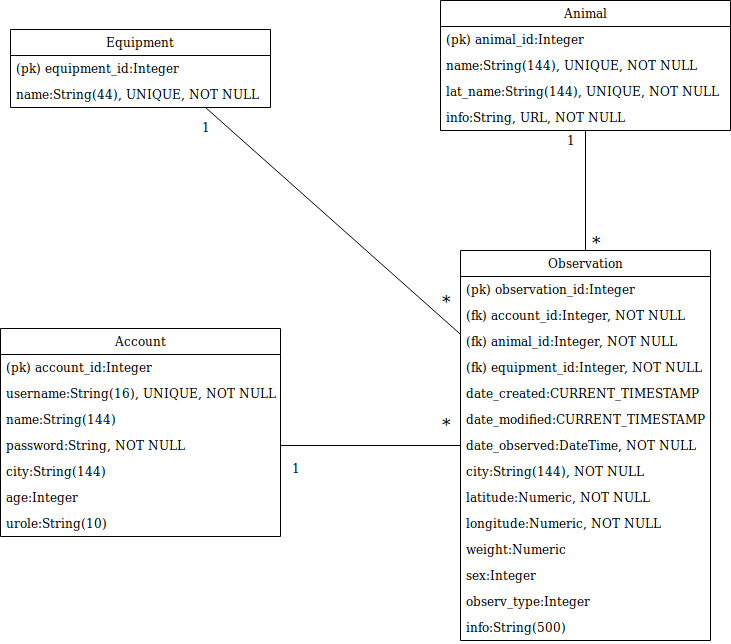
LauriTahvanainen/GameTracker keeps this draw.io diagram as documentation/pictures/tietokantarakenne.png. Above is the earlier version. Source tidied: cells renumbered, new cells last; positions are measured from the earlier drawing's top-left corner, leaving out a move shared by most shapes.
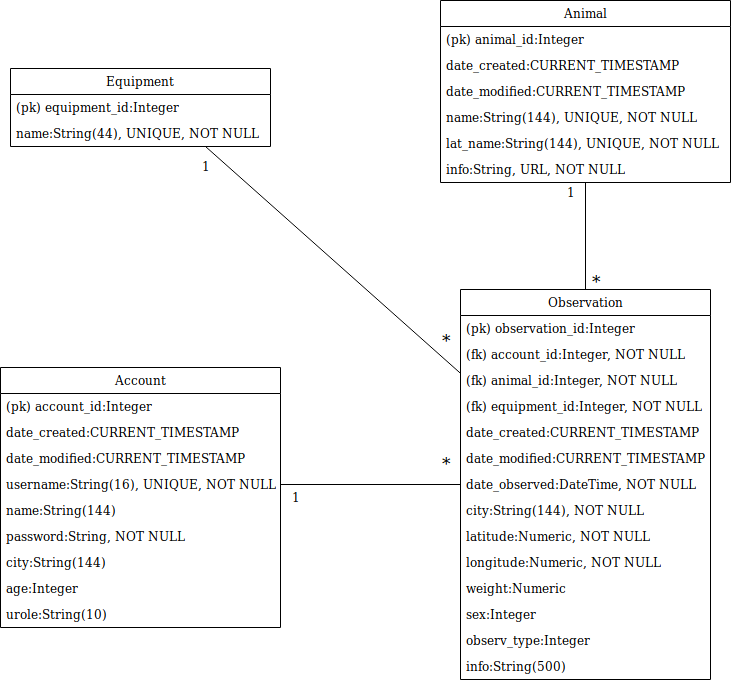
After the commit.

Change to the diagram source:
```diff
@@ -18,43 +18,55 @@
       <mxGeometry relative="1" as="geometry" />
     </mxCell>
     <mxCell id="7" value="Animal" style="swimlane;fontStyle=0;horizontal=1;startSize=26;fillColor=none;" parent="1" vertex="1">
-      <mxGeometry x="440" width="290" height="130" as="geometry" />
+      <mxGeometry x="440" y="-39" width="290" height="182" as="geometry" />
     </mxCell>
     <mxCell id="8" value="(pk) animal_id:Integer" style="text;strokeColor=none;fillColor=none;align=left;verticalAlign=top;spacingLeft=4;spacingRight=4;overflow=hidden;" parent="7" vertex="1">
       <mxGeometry y="26" width="290" height="26" as="geometry" />
     </mxCell>
+    <mxCell id="42" value="date_created:CURRENT_TIMESTAMP" style="text;strokeColor=none;fillColor=none;align=left;verticalAlign=top;spacingLeft=4;spacingRight=4;overflow=hidden;" parent="7" vertex="1">
+      <mxGeometry y="52" width="290" height="26" as="geometry" />
+    </mxCell>
+    <mxCell id="43" value="date_modified:CURRENT_TIMESTAMP" style="text;strokeColor=none;fillColor=none;align=left;verticalAlign=top;spacingLeft=4;spacingRight=4;overflow=hidden;" parent="7" vertex="1">
+      <mxGeometry y="78" width="290" height="26" as="geometry" />
+    </mxCell>
     <mxCell id="9" value="name:String(144), UNIQUE, NOT NULL" style="text;strokeColor=none;fillColor=none;align=left;verticalAlign=top;spacingLeft=4;spacingRight=4;overflow=hidden;" parent="7" vertex="1">
-      <mxGeometry y="52" width="290" height="26" as="geometry" />
+      <mxGeometry y="104" width="290" height="26" as="geometry" />
     </mxCell>
     <mxCell id="10" value="lat_name:String(144), UNIQUE, NOT NULL" style="text;strokeColor=none;fillColor=none;align=left;verticalAlign=top;spacingLeft=4;spacingRight=4;overflow=hidden;" parent="7" vertex="1">
-      <mxGeometry y="78" width="290" height="26" as="geometry" />
+      <mxGeometry y="130" width="290" height="26" as="geometry" />
     </mxCell>
     <mxCell id="11" value="info:String, URL, NOT NULL" style="text;strokeColor=none;fillColor=none;align=left;verticalAlign=top;spacingLeft=4;spacingRight=4;overflow=hidden;" parent="7" vertex="1">
-      <mxGeometry y="104" width="290" height="26" as="geometry" />
+      <mxGeometry y="156" width="290" height="26" as="geometry" />
     </mxCell>
     <mxCell id="12" value="Account" style="swimlane;fontStyle=0;horizontal=1;startSize=26;fillColor=none;" parent="1" vertex="1">
-      <mxGeometry y="328" width="280" height="208" as="geometry" />
+      <mxGeometry y="328" width="280" height="260" as="geometry" />
     </mxCell>
     <mxCell id="13" value="(pk) account_id:Integer" style="text;strokeColor=none;fillColor=none;align=left;verticalAlign=top;spacingLeft=4;spacingRight=4;overflow=hidden;" parent="12" vertex="1">
       <mxGeometry y="26" width="280" height="26" as="geometry" />
     </mxCell>
+    <mxCell id="44" value="date_created:CURRENT_TIMESTAMP" style="text;strokeColor=none;fillColor=none;align=left;verticalAlign=top;spacingLeft=4;spacingRight=4;overflow=hidden;" parent="12" vertex="1">
+      <mxGeometry y="52" width="280" height="26" as="geometry" />
+    </mxCell>
+    <mxCell id="45" value="date_modified:CURRENT_TIMESTAMP" style="text;strokeColor=none;fillColor=none;align=left;verticalAlign=top;spacingLeft=4;spacingRight=4;overflow=hidden;" parent="12" vertex="1">
+      <mxGeometry y="78" width="280" height="26" as="geometry" />
+    </mxCell>
     <mxCell id="14" value="username:String(16), UNIQUE, NOT NULL" style="text;strokeColor=none;fillColor=none;align=left;verticalAlign=top;spacingLeft=4;spacingRight=4;overflow=hidden;points=[[0,0.5],[1,0.5]];portConstraint=eastwest;" parent="12" vertex="1">
-      <mxGeometry y="52" width="280" height="26" as="geometry" />
+      <mxGeometry y="104" width="280" height="26" as="geometry" />
     </mxCell>
     <mxCell id="15" value="name:String(144)" style="text;strokeColor=none;fillColor=none;align=left;verticalAlign=top;spacingLeft=4;spacingRight=4;overflow=hidden;" parent="12" vertex="1">
-      <mxGeometry y="78" width="280" height="26" as="geometry" />
+      <mxGeometry y="130" width="280" height="26" as="geometry" />
     </mxCell>
     <mxCell id="16" value="password:String, NOT NULL" style="text;strokeColor=none;fillColor=none;align=left;verticalAlign=top;spacingLeft=4;spacingRight=4;overflow=hidden;points=[[0,0.5],[1,0.5]];portConstraint=eastwest;" parent="12" vertex="1">
-      <mxGeometry y="104" width="280" height="26" as="geometry" />
+      <mxGeometry y="156" width="280" height="26" as="geometry" />
     </mxCell>
     <mxCell id="17" value="city:String(144)" style="text;strokeColor=none;fillColor=none;align=left;verticalAlign=top;spacingLeft=4;spacingRight=4;overflow=hidden;" parent="12" vertex="1">
-      <mxGeometry y="130" width="280" height="26" as="geometry" />
+      <mxGeometry y="182" width="280" height="26" as="geometry" />
     </mxCell>
     <mxCell id="18" value="age:Integer" style="text;strokeColor=none;fillColor=none;align=left;verticalAlign=top;spacingLeft=4;spacingRight=4;overflow=hidden;" parent="12" vertex="1">
-      <mxGeometry y="156" width="280" height="26" as="geometry" />
+      <mxGeometry y="208" width="280" height="26" as="geometry" />
     </mxCell>
     <mxCell id="19" value="urole:String(10)" style="text;strokeColor=none;fillColor=none;align=left;verticalAlign=top;spacingLeft=4;spacingRight=4;overflow=hidden;" parent="12" vertex="1">
-      <mxGeometry y="182" width="280" height="26" as="geometry" />
+      <mxGeometry y="234" width="280" height="26" as="geometry" />
     </mxCell>
     <mxCell id="20" value="Observation" style="swimlane;fontStyle=0;horizontal=1;startSize=26;fillColor=none;" parent="1" vertex="1">
       <mxGeometry x="460" y="250" width="250" height="390" as="geometry" />
@@ -101,7 +113,7 @@
     <mxCell id="34" value="info:String(500)" style="text;strokeColor=none;fillColor=none;align=left;verticalAlign=top;spacingLeft=4;spacingRight=4;overflow=hidden;" parent="20" vertex="1">
       <mxGeometry y="364" width="250" height="26" as="geometry" />
     </mxCell>
-    <mxCell id="35" style="edgeStyle=none;rounded=0;jettySize=auto;html=1;exitX=1;exitY=0.5;exitDx=0;exitDy=0;endArrow=none;endFill=0;" parent="1" edge="1" source="16" target="20">
+    <mxCell id="35" style="edgeStyle=none;rounded=0;jettySize=auto;html=1;exitX=1;exitY=0.5;exitDx=0;exitDy=0;endArrow=none;endFill=0;" parent="1" edge="1" source="14" target="20">
       <mxGeometry relative="1" as="geometry" />
     </mxCell>
     <mxCell id="36" value="&lt;font style=&quot;font-size: 17px&quot;&gt;*&lt;/font&gt;" style="text;html=1;align=left;verticalAlign=top;spacingTop=-4;" parent="1" vertex="1">
@@ -114,13 +126,13 @@
       <mxGeometry x="440" y="412" width="20" height="20" as="geometry" />
     </mxCell>
     <mxCell id="39" value="1" style="text;html=1;align=left;verticalAlign=top;spacingTop=-4;" parent="1" vertex="1">
-      <mxGeometry x="290" y="458" width="20" height="20" as="geometry" />
+      <mxGeometry x="290" y="448" width="20" height="20" as="geometry" />
     </mxCell>
     <mxCell id="40" value="1" style="text;html=1;align=left;verticalAlign=top;spacingTop=-4;" parent="1" vertex="1">
       <mxGeometry x="200" y="117" width="20" height="20" as="geometry" />
     </mxCell>
     <mxCell id="41" value="1" style="text;html=1;align=left;verticalAlign=top;spacingTop=-4;" parent="1" vertex="1">
-      <mxGeometry x="565" y="130" width="20" height="20" as="geometry" />
+      <mxGeometry x="565" y="143" width="20" height="20" as="geometry" />
     </mxCell>
   </root>
 </mxGraphModel>
```
